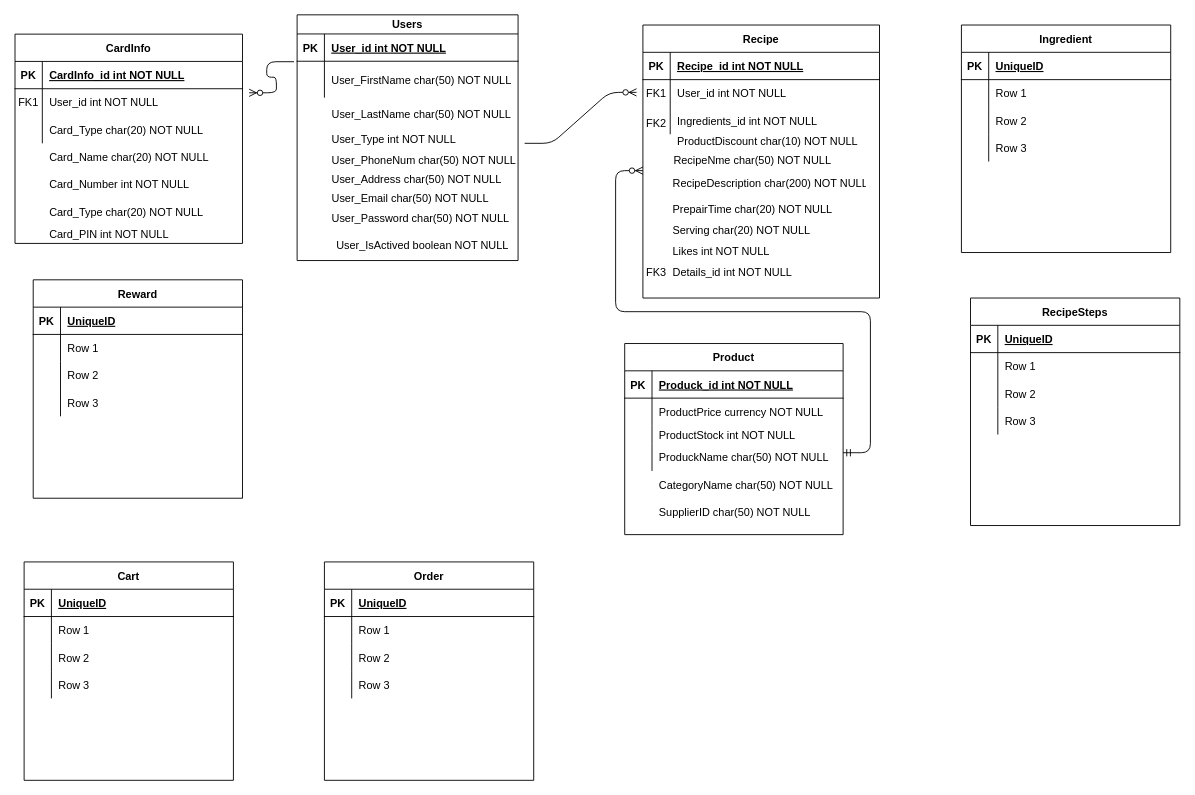
Above: page "Page-1" (1 of 2) of ERD.drawio in Wavergg/721SoftwareEngineering (draw.io), before the change. Source tidied: cells renumbered, new cells numbered last; positions are measured from the earlier drawing's top-left corner, leaving out a move shared by most shapes. Both pictures are drawn from the tidied source at 91%, with x=0, y=0 at pixel (15, 15).
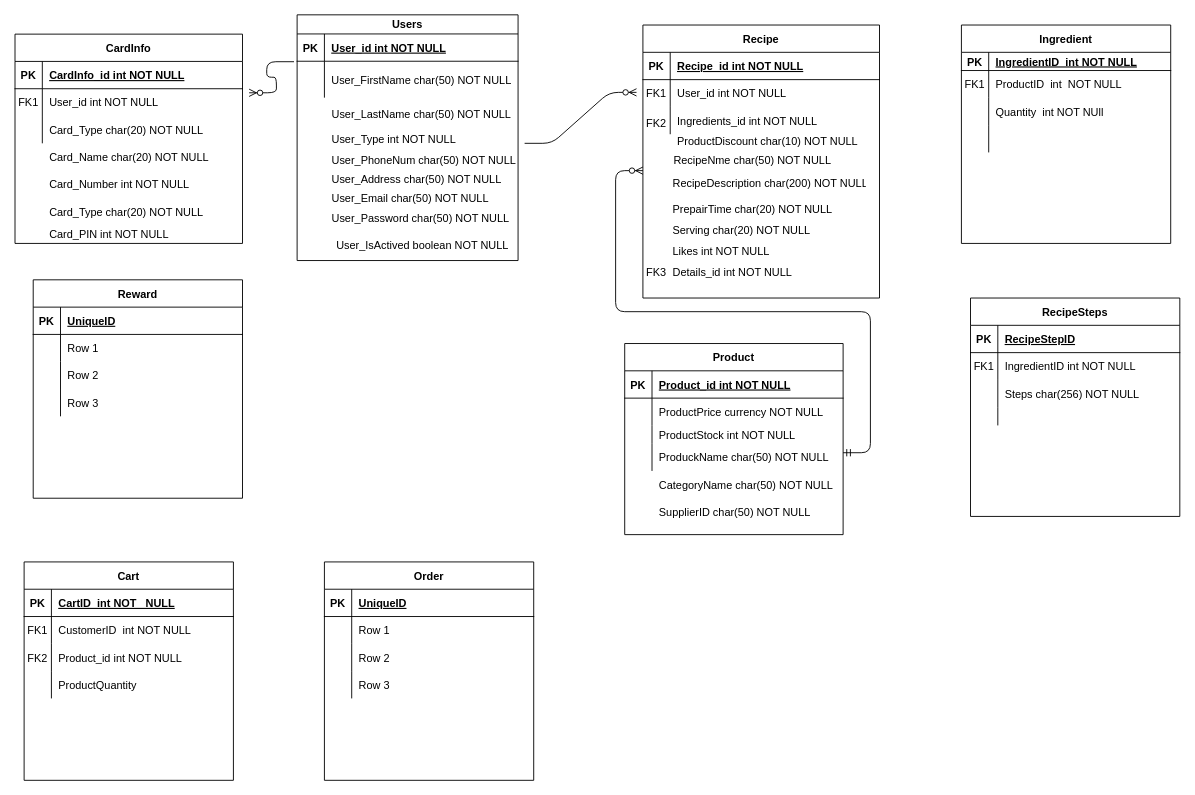
After the change.

Unchanged cells that the change refers to:
```xml
<mxCell id="59" style="shape=partialRectangle;fillColor=none;top=0;left=0;bottom=1;right=0;" parent="58" vertex="1">
  <mxGeometry y="30" width="240" height="30" as="geometry" />
</mxCell>
<mxCell id="74" style="shape=partialRectangle;fillColor=none;top=0;left=0;bottom=1;right=0;" parent="73" vertex="1">
  <mxGeometry y="30" width="230" height="30" as="geometry" />
</mxCell>
<mxCell id="77" style="shape=partialRectangle;fillColor=none;top=0;left=0;bottom=0;right=0;" parent="73" vertex="1">
  <mxGeometry y="60" width="230" height="30" as="geometry" />
</mxCell>
<mxCell id="80" style="shape=partialRectangle;fillColor=none;top=0;left=0;bottom=0;right=0;" parent="73" vertex="1">
  <mxGeometry y="90" width="230" height="30" as="geometry" />
</mxCell>
<mxCell id="83" style="shape=partialRectangle;fillColor=none;top=0;left=0;bottom=0;right=0;" parent="73" vertex="1">
  <mxGeometry y="120" width="230" height="30" as="geometry" />
</mxCell>
<mxCell id="114" style="shape=partialRectangle;fillColor=none;top=0;left=0;bottom=1;right=0;" parent="113" vertex="1">
  <mxGeometry y="30" width="230" height="30" as="geometry" />
</mxCell>
<mxCell id="117" style="shape=partialRectangle;fillColor=none;top=0;left=0;bottom=0;right=0;" parent="113" vertex="1">
  <mxGeometry y="60" width="230" height="30" as="geometry" />
</mxCell>
<mxCell id="120" style="shape=partialRectangle;fillColor=none;top=0;left=0;bottom=0;right=0;" parent="113" vertex="1">
  <mxGeometry y="90" width="230" height="30" as="geometry" />
</mxCell>
```

Diff of the diagram source:
```diff
@@
-    <mxCell id="61" value="Produck_id int NOT NULL" style="shape=partialRectangle;fillColor=none;top=0;left=0;bottom=0;right=0;align=left;spacingLeft=6;fontStyle=5;overflow=hidden;" parent="59" vertex="1">
+    <mxCell id="61" value="Product_id int NOT NULL" style="shape=partialRectangle;fillColor=none;top=0;left=0;bottom=0;right=0;align=left;spacingLeft=6;fontStyle=5;overflow=hidden;" parent="59" vertex="1">
       <mxGeometry x="30" width="210" height="30" as="geometry" />
     </mxCell>
@@
-    <mxCell id="76" value="UniqueID" style="shape=partialRectangle;fillColor=none;top=0;left=0;bottom=0;right=0;align=left;spacingLeft=6;fontStyle=5;overflow=hidden;" parent="74" vertex="1">
+    <mxCell id="76" value="CartID  int NOT   NULL" style="shape=partialRectangle;fillColor=none;top=0;left=0;bottom=0;right=0;align=left;spacingLeft=6;fontStyle=5;overflow=hidden;" parent="74" vertex="1">
       <mxGeometry x="30" width="200" height="30" as="geometry" />
     </mxCell>
@@
-    <mxCell id="78" style="shape=partialRectangle;fillColor=none;top=0;left=0;bottom=0;right=0;overflow=hidden;" parent="77" vertex="1">
+    <mxCell id="78" value="FK1" style="shape=partialRectangle;fillColor=none;top=0;left=0;bottom=0;right=0;overflow=hidden;" parent="77" vertex="1">
       <mxGeometry width="30" height="30" as="geometry" />
     </mxCell>
-    <mxCell id="79" value="Row 1" style="shape=partialRectangle;fillColor=none;top=0;left=0;bottom=0;right=0;align=left;spacingLeft=6;overflow=hidden;" parent="77" vertex="1">
+    <mxCell id="79" value="CustomerID  int NOT NULL" style="shape=partialRectangle;fillColor=none;top=0;left=0;bottom=0;right=0;align=left;spacingLeft=6;overflow=hidden;" parent="77" vertex="1">
       <mxGeometry x="30" width="200" height="30" as="geometry" />
     </mxCell>
@@
-    <mxCell id="82" value="Row 2" style="shape=partialRectangle;fillColor=none;top=0;left=0;bottom=0;right=0;align=left;spacingLeft=6;overflow=hidden;" parent="80" vertex="1">
+    <mxCell id="82" value="Product_id int NOT NULL" style="shape=partialRectangle;fillColor=none;top=0;left=0;bottom=0;right=0;align=left;spacingLeft=6;overflow=hidden;" parent="80" vertex="1">
       <mxGeometry x="30" width="200" height="30" as="geometry" />
     </mxCell>
@@
-    <mxCell id="85" value="Row 3" style="shape=partialRectangle;fillColor=none;top=0;left=0;bottom=0;right=0;align=left;spacingLeft=6;overflow=hidden;" parent="83" vertex="1">
+    <mxCell id="85" value="ProductQuantity" style="shape=partialRectangle;fillColor=none;top=0;left=0;bottom=0;right=0;align=left;spacingLeft=6;overflow=hidden;" parent="83" vertex="1">
       <mxGeometry x="30" width="200" height="30" as="geometry" />
     </mxCell>
@@
     <mxCell id="100" value="Ingredient" style="shape=table;startSize=30;childLayout=tableLayout;rowLines=0;fontStyle=1;align=center;" parent="1" vertex="1">
-      <mxGeometry x="1040" y="11" width="230" height="250" as="geometry" />
+      <mxGeometry x="1040" y="11" width="230" height="240" as="geometry" />
     </mxCell>
     <mxCell id="101" style="shape=partialRectangle;fillColor=none;top=0;left=0;bottom=1;right=0;" parent="100" vertex="1">
-      <mxGeometry y="30" width="230" height="30" as="geometry" />
+      <mxGeometry y="30" width="230" height="20" as="geometry" />
     </mxCell>
     <mxCell id="102" value="PK" style="shape=partialRectangle;fillColor=none;top=0;left=0;bottom=0;right=0;fontStyle=1;overflow=hidden;" parent="101" vertex="1">
-      <mxGeometry width="30" height="30" as="geometry" />
+      <mxGeometry width="30" height="20" as="geometry" />
     </mxCell>
-    <mxCell id="103" value="UniqueID" style="shape=partialRectangle;fillColor=none;top=0;left=0;bottom=0;right=0;align=left;spacingLeft=6;fontStyle=5;overflow=hidden;" parent="101" vertex="1">
-      <mxGeometry x="30" width="200" height="30" as="geometry" />
+    <mxCell id="103" value="IngredientID  int NOT NULL" style="shape=partialRectangle;fillColor=none;top=0;left=0;bottom=0;right=0;align=left;spacingLeft=6;fontStyle=5;overflow=hidden;" parent="101" vertex="1">
+      <mxGeometry x="30" width="200" height="20" as="geometry" />
     </mxCell>
     <mxCell id="104" style="shape=partialRectangle;fillColor=none;top=0;left=0;bottom=0;right=0;" parent="100" vertex="1">
-      <mxGeometry y="60" width="230" height="30" as="geometry" />
+      <mxGeometry y="50" width="230" height="30" as="geometry" />
     </mxCell>
@@
-    <mxCell id="106" value="Row 1" style="shape=partialRectangle;fillColor=none;top=0;left=0;bottom=0;right=0;align=left;spacingLeft=6;overflow=hidden;" parent="104" vertex="1">
+    <mxCell id="106" value="ProductID  int  NOT NULL" style="shape=partialRectangle;fillColor=none;top=0;left=0;bottom=0;right=0;align=left;spacingLeft=6;overflow=hidden;" parent="104" vertex="1">
       <mxGeometry x="30" width="200" height="30" as="geometry" />
     </mxCell>
     <mxCell id="107" style="shape=partialRectangle;fillColor=none;top=0;left=0;bottom=0;right=0;" parent="100" vertex="1">
-      <mxGeometry y="90" width="230" height="30" as="geometry" />
+      <mxGeometry y="80" width="230" height="30" as="geometry" />
     </mxCell>
@@
-    <mxCell id="109" value="Row 2" style="shape=partialRectangle;fillColor=none;top=0;left=0;bottom=0;right=0;align=left;spacingLeft=6;overflow=hidden;" parent="107" vertex="1">
+    <mxCell id="109" value="Quantity  int NOT NUll" style="shape=partialRectangle;fillColor=none;top=0;left=0;bottom=0;right=0;align=left;spacingLeft=6;overflow=hidden;" parent="107" vertex="1">
       <mxGeometry x="30" width="200" height="30" as="geometry" />
     </mxCell>
     <mxCell id="110" style="shape=partialRectangle;fillColor=none;top=0;left=0;bottom=0;right=0;" parent="100" vertex="1">
-      <mxGeometry y="120" width="230" height="30" as="geometry" />
+      <mxGeometry y="110" width="230" height="30" as="geometry" />
     </mxCell>
@@
-    <mxCell id="112" value="Row 3" style="shape=partialRectangle;fillColor=none;top=0;left=0;bottom=0;right=0;align=left;spacingLeft=6;overflow=hidden;" parent="110" vertex="1">
+    <mxCell id="112" style="shape=partialRectangle;fillColor=none;top=0;left=0;bottom=0;right=0;align=left;spacingLeft=6;overflow=hidden;" parent="110" vertex="1">
       <mxGeometry x="30" width="200" height="30" as="geometry" />
     </mxCell>
     <mxCell id="113" value="RecipeSteps" style="shape=table;startSize=30;childLayout=tableLayout;rowLines=0;fontStyle=1;align=center;" parent="1" vertex="1">
-      <mxGeometry x="1050" y="311" width="230" height="250" as="geometry" />
+      <mxGeometry x="1050" y="311" width="230" height="240" as="geometry" />
     </mxCell>
@@
-    <mxCell id="116" value="UniqueID" style="shape=partialRectangle;fillColor=none;top=0;left=0;bottom=0;right=0;align=left;spacingLeft=6;fontStyle=5;overflow=hidden;" parent="114" vertex="1">
+    <mxCell id="116" value="RecipeStepID" style="shape=partialRectangle;fillColor=none;top=0;left=0;bottom=0;right=0;align=left;spacingLeft=6;fontStyle=5;overflow=hidden;" parent="114" vertex="1">
       <mxGeometry x="30" width="200" height="30" as="geometry" />
     </mxCell>
@@
-    <mxCell id="119" value="Row 1" style="shape=partialRectangle;fillColor=none;top=0;left=0;bottom=0;right=0;align=left;spacingLeft=6;overflow=hidden;" parent="117" vertex="1">
+    <mxCell id="119" value="IngredientID int NOT NULL" style="shape=partialRectangle;fillColor=none;top=0;left=0;bottom=0;right=0;align=left;spacingLeft=6;overflow=hidden;" parent="117" vertex="1">
       <mxGeometry x="30" width="200" height="30" as="geometry" />
     </mxCell>
@@
-    <mxCell id="122" value="Row 2" style="shape=partialRectangle;fillColor=none;top=0;left=0;bottom=0;right=0;align=left;spacingLeft=6;overflow=hidden;" parent="120" vertex="1">
+    <mxCell id="122" value="Steps char(256) NOT NULL " style="shape=partialRectangle;fillColor=none;top=0;left=0;bottom=0;right=0;align=left;spacingLeft=6;overflow=hidden;" parent="120" vertex="1">
       <mxGeometry x="30" width="200" height="30" as="geometry" />
     </mxCell>
     <mxCell id="123" style="shape=partialRectangle;fillColor=none;top=0;left=0;bottom=0;right=0;" parent="113" vertex="1">
-      <mxGeometry y="120" width="230" height="30" as="geometry" />
+      <mxGeometry y="120" width="230" height="20" as="geometry" />
     </mxCell>
     <mxCell id="124" style="shape=partialRectangle;fillColor=none;top=0;left=0;bottom=0;right=0;overflow=hidden;" parent="123" vertex="1">
-      <mxGeometry width="30" height="30" as="geometry" />
+      <mxGeometry width="30" height="20" as="geometry" />
     </mxCell>
-    <mxCell id="125" value="Row 3" style="shape=partialRectangle;fillColor=none;top=0;left=0;bottom=0;right=0;align=left;spacingLeft=6;overflow=hidden;" parent="123" vertex="1">
-      <mxGeometry x="30" width="200" height="30" as="geometry" />
+    <mxCell id="125" style="shape=partialRectangle;fillColor=none;top=0;left=0;bottom=0;right=0;align=left;spacingLeft=6;overflow=hidden;" parent="123" vertex="1">
+      <mxGeometry x="30" width="200" height="20" as="geometry" />
     </mxCell>
@@
+    <mxCell id="139" value="FK1" style="shape=partialRectangle;overflow=hidden;fillColor=none;top=0;left=0;bottom=0;right=0;" parent="1" vertex="1">
+      <mxGeometry x="1040" y="61" width="30" height="30" as="geometry" />
+    </mxCell>
+    <mxCell id="140" value="FK1" style="shape=partialRectangle;overflow=hidden;fillColor=none;top=0;left=0;bottom=0;right=0;" parent="1" vertex="1">
+      <mxGeometry x="1050" y="371" width="30" height="30" as="geometry" />
+    </mxCell>
+    <mxCell id="141" value="FK2" style="shape=partialRectangle;fillColor=none;top=0;left=0;bottom=0;right=0;overflow=hidden;" parent="1" vertex="1">
+      <mxGeometry x="10" y="691" width="30" height="30" as="geometry" />
+    </mxCell>
```
